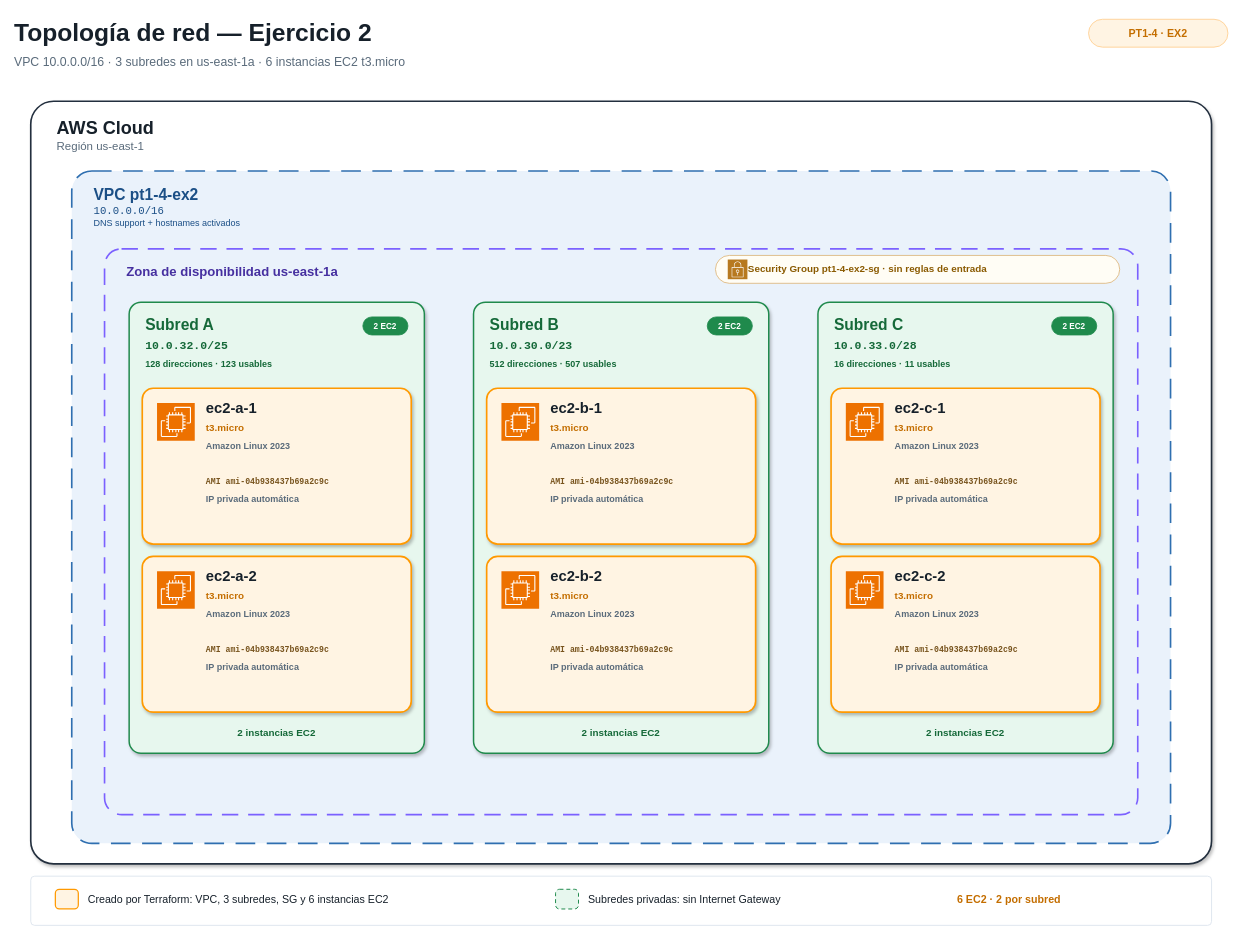
Before: pt1-4-ex2/assets/topologia.drawio in Moha591/practiquescloud, a draw.io diagram. Source tidied: cells renumbered, new cells numbered last; positions are measured from the earlier drawing's top-left corner, leaving out a move shared by most shapes. Both pictures are drawn from the tidied source at 82%, with x=0, y=0 at pixel (14, 14).
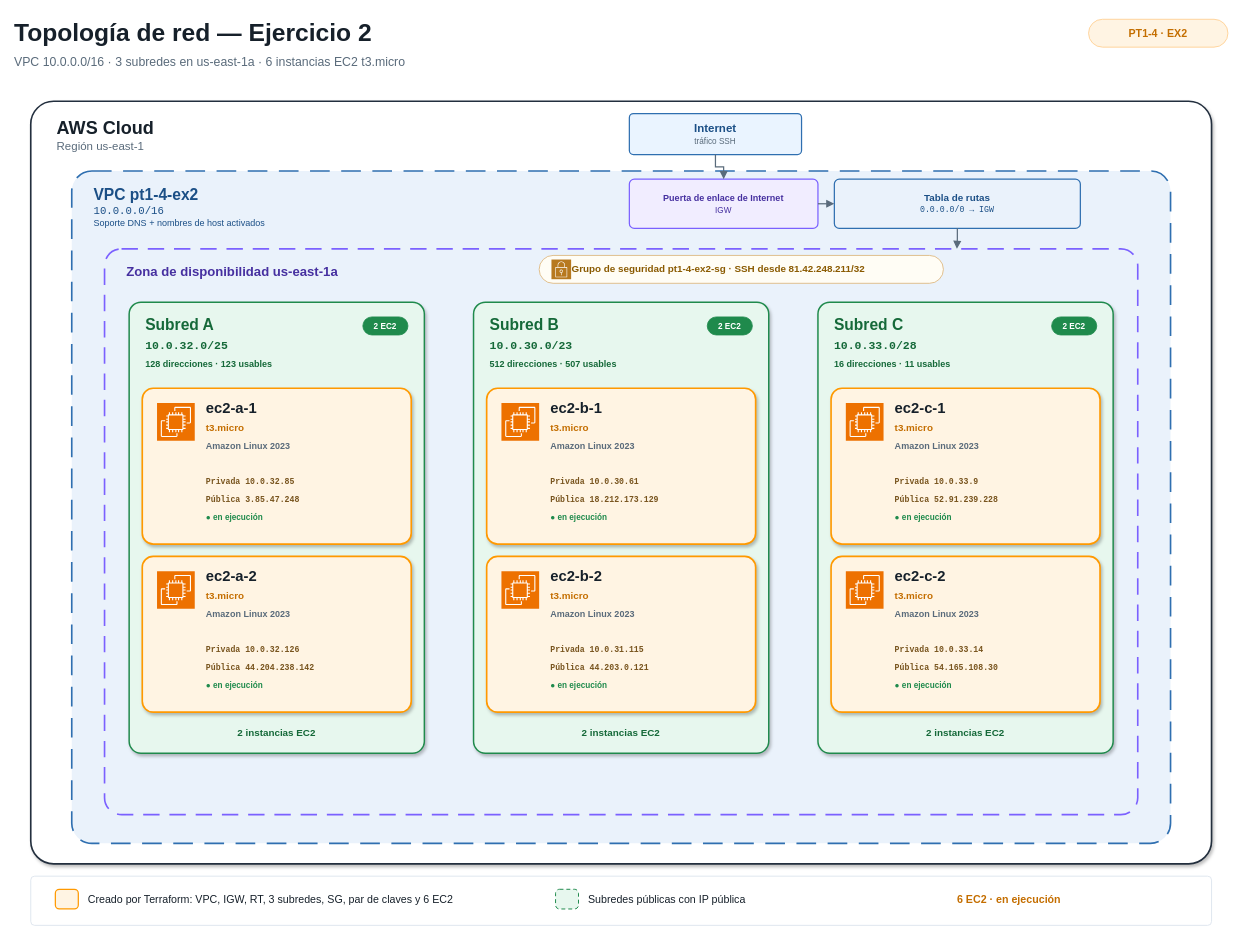
The same page after the edit.

Unchanged cells that the change refers to:
```xml
<mxCell id="7" value="&lt;b style='font-size:16px'&gt;Zona de disponibilidad us-east-1a&lt;/b&gt;" style="rounded=1;whiteSpace=wrap;html=1;dashed=1;dashPattern=10 6;fillColor=none;strokeColor=#7B61FF;strokeWidth=2;align=left;verticalAlign=top;spacingLeft=25;spacingTop=12;arcSize=3;fontFamily=Helvetica;fontColor=#4630A0;" parent="1" vertex="1">
  <mxGeometry x="110" y="286" width="1260" height="690" as="geometry" />
</mxCell>
```

Diff of the diagram source:
```diff
@@
-    <mxCell id="6" value="&lt;b style='font-size:19px'&gt;VPC pt1-4-ex2&lt;/b&gt;&lt;br&gt;&lt;span style='font-family:monospace;font-size:13px'&gt;10.0.0.0/16&lt;/span&gt;&lt;br&gt;&lt;span style='font-size:11px'&gt;DNS support + hostnames activados&lt;/span&gt;" style="rounded=1;whiteSpace=wrap;html=1;dashed=1;dashPattern=12 7;fillColor=#EAF2FB;strokeColor=#2F6FB0;strokeWidth=2;align=left;verticalAlign=top;spacingLeft=25;spacingTop=12;arcSize=3;fontFamily=Helvetica;fontColor=#1B4F86;" parent="1" vertex="1">
+    <mxCell id="6" value="&lt;b style='font-size:19px'&gt;VPC pt1-4-ex2&lt;/b&gt;&lt;br&gt;&lt;span style='font-family:monospace;font-size:13px'&gt;10.0.0.0/16&lt;/span&gt;&lt;br&gt;&lt;span style='font-size:11px'&gt;Soporte DNS + nombres de host activados&lt;/span&gt;" style="rounded=1;whiteSpace=wrap;html=1;dashed=1;dashPattern=12 7;fillColor=#EAF2FB;strokeColor=#2F6FB0;strokeWidth=2;align=left;verticalAlign=top;spacingLeft=25;spacingTop=12;arcSize=3;fontFamily=Helvetica;fontColor=#1B4F86;" parent="1" vertex="1">
       <mxGeometry x="70" y="191" width="1340" height="820" as="geometry" />
     </mxCell>
@@
     <mxCell id="8" style="rounded=1;whiteSpace=wrap;html=1;fillColor=#FFFDF5;strokeColor=#DCB478;strokeWidth=1;arcSize=50;" parent="1" vertex="1">
-      <mxGeometry x="855" y="294" width="493" height="34" as="geometry" />
+      <mxGeometry x="640" y="294" width="493" height="34" as="geometry" />
     </mxCell>
     <mxCell id="9" style="shape=mxgraph.aws4.resourceIcon;resIcon=mxgraph.aws4.security_group;fillColor=#B7791F;strokeColor=#ffffff;sketch=0;" parent="1" vertex="1">
-      <mxGeometry x="870" y="299" width="24" height="24" as="geometry" />
+      <mxGeometry x="655" y="299" width="24" height="24" as="geometry" />
     </mxCell>
-    <mxCell id="10" value="Security Group pt1-4-ex2-sg  ·  sin reglas de entrada" style="text;html=1;align=left;verticalAlign=middle;fontSize=12;fontColor=#8A5A00;fontFamily=Helvetica;fontStyle=1;whiteSpace=wrap;spacing=0;" parent="1" vertex="1">
-      <mxGeometry x="895" y="296" width="440" height="30" as="geometry" />
+    <mxCell id="10" value="Grupo de seguridad pt1-4-ex2-sg  ·  SSH desde 81.42.248.211/32" style="text;html=1;align=left;verticalAlign=middle;fontSize=12;fontColor=#8A5A00;fontFamily=Helvetica;fontStyle=1;whiteSpace=wrap;spacing=0;" parent="1" vertex="1">
+      <mxGeometry x="680" y="296" width="440" height="30" as="geometry" />
     </mxCell>
@@
-    <mxCell id="16" value="&lt;b style='font-size:18px'&gt;ec2-a-1&lt;/b&gt;&lt;br&gt;&lt;b style='font-size:12px;color:#C46E00'&gt;t3.micro&lt;/b&gt;&lt;br&gt;&lt;span style='font-size:11px;color:#5A6B7B'&gt;Amazon Linux 2023&lt;/span&gt;&lt;br&gt;&lt;br&gt;&lt;span style='font-family:monospace;font-size:10px;color:#78541E'&gt;AMI ami-04b938437b69a2c9c&lt;/span&gt;&lt;br&gt;&lt;span style='font-size:11px;color:#5A6B7B'&gt;IP privada automática&lt;/span&gt;" style="text;html=1;align=left;verticalAlign=top;fontSize=18;fontColor=#16202A;fontFamily=Helvetica;fontStyle=1;whiteSpace=wrap;spacing=0;" parent="1" vertex="1">
+    <mxCell id="16" value="&lt;b style='font-size:18px'&gt;ec2-a-1&lt;/b&gt;&lt;br&gt;&lt;b style='font-size:12px;color:#C46E00'&gt;t3.micro&lt;/b&gt;&lt;br&gt;&lt;span style='font-size:11px;color:#5A6B7B'&gt;Amazon Linux 2023&lt;/span&gt;&lt;br&gt;&lt;br&gt;&lt;span style='font-family:monospace;font-size:10px;color:#78541E'&gt;Privada 10.0.32.85&lt;/span&gt;&lt;br&gt;&lt;span style='font-family:monospace;font-size:10px;color:#78541E'&gt;Pública 3.85.47.248&lt;/span&gt;&lt;br&gt;&lt;span style='font-size:10px;color:#1F8A4C;font-weight:bold'&gt;● en ejecución&lt;/span&gt;" style="text;html=1;align=left;verticalAlign=top;fontSize=18;fontColor=#16202A;fontFamily=Helvetica;fontStyle=1;whiteSpace=wrap;spacing=0;" parent="1" vertex="1">
       <mxGeometry x="234" y="466" width="220" height="150" as="geometry" />
     </mxCell>
@@
-    <mxCell id="19" value="&lt;b style='font-size:18px'&gt;ec2-a-2&lt;/b&gt;&lt;br&gt;&lt;b style='font-size:12px;color:#C46E00'&gt;t3.micro&lt;/b&gt;&lt;br&gt;&lt;span style='font-size:11px;color:#5A6B7B'&gt;Amazon Linux 2023&lt;/span&gt;&lt;br&gt;&lt;br&gt;&lt;span style='font-family:monospace;font-size:10px;color:#78541E'&gt;AMI ami-04b938437b69a2c9c&lt;/span&gt;&lt;br&gt;&lt;span style='font-size:11px;color:#5A6B7B'&gt;IP privada automática&lt;/span&gt;" style="text;html=1;align=left;verticalAlign=top;fontSize=18;fontColor=#16202A;fontFamily=Helvetica;fontStyle=1;whiteSpace=wrap;spacing=0;" parent="1" vertex="1">
+    <mxCell id="19" value="&lt;b style='font-size:18px'&gt;ec2-a-2&lt;/b&gt;&lt;br&gt;&lt;b style='font-size:12px;color:#C46E00'&gt;t3.micro&lt;/b&gt;&lt;br&gt;&lt;span style='font-size:11px;color:#5A6B7B'&gt;Amazon Linux 2023&lt;/span&gt;&lt;br&gt;&lt;br&gt;&lt;span style='font-family:monospace;font-size:10px;color:#78541E'&gt;Privada 10.0.32.126&lt;/span&gt;&lt;br&gt;&lt;span style='font-family:monospace;font-size:10px;color:#78541E'&gt;Pública 44.204.238.142&lt;/span&gt;&lt;br&gt;&lt;span style='font-size:10px;color:#1F8A4C;font-weight:bold'&gt;● en ejecución&lt;/span&gt;" style="text;html=1;align=left;verticalAlign=top;fontSize=18;fontColor=#16202A;fontFamily=Helvetica;fontStyle=1;whiteSpace=wrap;spacing=0;" parent="1" vertex="1">
       <mxGeometry x="234" y="671" width="220" height="150" as="geometry" />
     </mxCell>
@@
-    <mxCell id="26" value="&lt;b style='font-size:18px'&gt;ec2-b-1&lt;/b&gt;&lt;br&gt;&lt;b style='font-size:12px;color:#C46E00'&gt;t3.micro&lt;/b&gt;&lt;br&gt;&lt;span style='font-size:11px;color:#5A6B7B'&gt;Amazon Linux 2023&lt;/span&gt;&lt;br&gt;&lt;br&gt;&lt;span style='font-family:monospace;font-size:10px;color:#78541E'&gt;AMI ami-04b938437b69a2c9c&lt;/span&gt;&lt;br&gt;&lt;span style='font-size:11px;color:#5A6B7B'&gt;IP privada automática&lt;/span&gt;" style="text;html=1;align=left;verticalAlign=top;fontSize=18;fontColor=#16202A;fontFamily=Helvetica;fontStyle=1;whiteSpace=wrap;spacing=0;" parent="1" vertex="1">
+    <mxCell id="26" value="&lt;b style='font-size:18px'&gt;ec2-b-1&lt;/b&gt;&lt;br&gt;&lt;b style='font-size:12px;color:#C46E00'&gt;t3.micro&lt;/b&gt;&lt;br&gt;&lt;span style='font-size:11px;color:#5A6B7B'&gt;Amazon Linux 2023&lt;/span&gt;&lt;br&gt;&lt;br&gt;&lt;span style='font-family:monospace;font-size:10px;color:#78541E'&gt;Privada 10.0.30.61&lt;/span&gt;&lt;br&gt;&lt;span style='font-family:monospace;font-size:10px;color:#78541E'&gt;Pública 18.212.173.129&lt;/span&gt;&lt;br&gt;&lt;span style='font-size:10px;color:#1F8A4C;font-weight:bold'&gt;● en ejecución&lt;/span&gt;" style="text;html=1;align=left;verticalAlign=top;fontSize=18;fontColor=#16202A;fontFamily=Helvetica;fontStyle=1;whiteSpace=wrap;spacing=0;" parent="1" vertex="1">
       <mxGeometry x="654" y="466" width="220" height="150" as="geometry" />
     </mxCell>
@@
-    <mxCell id="29" value="&lt;b style='font-size:18px'&gt;ec2-b-2&lt;/b&gt;&lt;br&gt;&lt;b style='font-size:12px;color:#C46E00'&gt;t3.micro&lt;/b&gt;&lt;br&gt;&lt;span style='font-size:11px;color:#5A6B7B'&gt;Amazon Linux 2023&lt;/span&gt;&lt;br&gt;&lt;br&gt;&lt;span style='font-family:monospace;font-size:10px;color:#78541E'&gt;AMI ami-04b938437b69a2c9c&lt;/span&gt;&lt;br&gt;&lt;span style='font-size:11px;color:#5A6B7B'&gt;IP privada automática&lt;/span&gt;" style="text;html=1;align=left;verticalAlign=top;fontSize=18;fontColor=#16202A;fontFamily=Helvetica;fontStyle=1;whiteSpace=wrap;spacing=0;" parent="1" vertex="1">
+    <mxCell id="29" value="&lt;b style='font-size:18px'&gt;ec2-b-2&lt;/b&gt;&lt;br&gt;&lt;b style='font-size:12px;color:#C46E00'&gt;t3.micro&lt;/b&gt;&lt;br&gt;&lt;span style='font-size:11px;color:#5A6B7B'&gt;Amazon Linux 2023&lt;/span&gt;&lt;br&gt;&lt;br&gt;&lt;span style='font-family:monospace;font-size:10px;color:#78541E'&gt;Privada 10.0.31.115&lt;/span&gt;&lt;br&gt;&lt;span style='font-family:monospace;font-size:10px;color:#78541E'&gt;Pública 44.203.0.121&lt;/span&gt;&lt;br&gt;&lt;span style='font-size:10px;color:#1F8A4C;font-weight:bold'&gt;● en ejecución&lt;/span&gt;" style="text;html=1;align=left;verticalAlign=top;fontSize=18;fontColor=#16202A;fontFamily=Helvetica;fontStyle=1;whiteSpace=wrap;spacing=0;" parent="1" vertex="1">
       <mxGeometry x="654" y="671" width="220" height="150" as="geometry" />
     </mxCell>
@@
-    <mxCell id="36" value="&lt;b style='font-size:18px'&gt;ec2-c-1&lt;/b&gt;&lt;br&gt;&lt;b style='font-size:12px;color:#C46E00'&gt;t3.micro&lt;/b&gt;&lt;br&gt;&lt;span style='font-size:11px;color:#5A6B7B'&gt;Amazon Linux 2023&lt;/span&gt;&lt;br&gt;&lt;br&gt;&lt;span style='font-family:monospace;font-size:10px;color:#78541E'&gt;AMI ami-04b938437b69a2c9c&lt;/span&gt;&lt;br&gt;&lt;span style='font-size:11px;color:#5A6B7B'&gt;IP privada automática&lt;/span&gt;" style="text;html=1;align=left;verticalAlign=top;fontSize=18;fontColor=#16202A;fontFamily=Helvetica;fontStyle=1;whiteSpace=wrap;spacing=0;" parent="1" vertex="1">
+    <mxCell id="36" value="&lt;b style='font-size:18px'&gt;ec2-c-1&lt;/b&gt;&lt;br&gt;&lt;b style='font-size:12px;color:#C46E00'&gt;t3.micro&lt;/b&gt;&lt;br&gt;&lt;span style='font-size:11px;color:#5A6B7B'&gt;Amazon Linux 2023&lt;/span&gt;&lt;br&gt;&lt;br&gt;&lt;span style='font-family:monospace;font-size:10px;color:#78541E'&gt;Privada 10.0.33.9&lt;/span&gt;&lt;br&gt;&lt;span style='font-family:monospace;font-size:10px;color:#78541E'&gt;Pública 52.91.239.228&lt;/span&gt;&lt;br&gt;&lt;span style='font-size:10px;color:#1F8A4C;font-weight:bold'&gt;● en ejecución&lt;/span&gt;" style="text;html=1;align=left;verticalAlign=top;fontSize=18;fontColor=#16202A;fontFamily=Helvetica;fontStyle=1;whiteSpace=wrap;spacing=0;" parent="1" vertex="1">
       <mxGeometry x="1074" y="466" width="220" height="150" as="geometry" />
     </mxCell>
@@
-    <mxCell id="39" value="&lt;b style='font-size:18px'&gt;ec2-c-2&lt;/b&gt;&lt;br&gt;&lt;b style='font-size:12px;color:#C46E00'&gt;t3.micro&lt;/b&gt;&lt;br&gt;&lt;span style='font-size:11px;color:#5A6B7B'&gt;Amazon Linux 2023&lt;/span&gt;&lt;br&gt;&lt;br&gt;&lt;span style='font-family:monospace;font-size:10px;color:#78541E'&gt;AMI ami-04b938437b69a2c9c&lt;/span&gt;&lt;br&gt;&lt;span style='font-size:11px;color:#5A6B7B'&gt;IP privada automática&lt;/span&gt;" style="text;html=1;align=left;verticalAlign=top;fontSize=18;fontColor=#16202A;fontFamily=Helvetica;fontStyle=1;whiteSpace=wrap;spacing=0;" parent="1" vertex="1">
+    <mxCell id="39" value="&lt;b style='font-size:18px'&gt;ec2-c-2&lt;/b&gt;&lt;br&gt;&lt;b style='font-size:12px;color:#C46E00'&gt;t3.micro&lt;/b&gt;&lt;br&gt;&lt;span style='font-size:11px;color:#5A6B7B'&gt;Amazon Linux 2023&lt;/span&gt;&lt;br&gt;&lt;br&gt;&lt;span style='font-family:monospace;font-size:10px;color:#78541E'&gt;Privada 10.0.33.14&lt;/span&gt;&lt;br&gt;&lt;span style='font-family:monospace;font-size:10px;color:#78541E'&gt;Pública 54.165.108.30&lt;/span&gt;&lt;br&gt;&lt;span style='font-size:10px;color:#1F8A4C;font-weight:bold'&gt;● en ejecución&lt;/span&gt;" style="text;html=1;align=left;verticalAlign=top;fontSize=18;fontColor=#16202A;fontFamily=Helvetica;fontStyle=1;whiteSpace=wrap;spacing=0;" parent="1" vertex="1">
       <mxGeometry x="1074" y="671" width="220" height="150" as="geometry" />
     </mxCell>
@@
+    <mxCell id="47" value="&lt;b style='font-size:14px'&gt;Internet&lt;/b&gt;&lt;br&gt;&lt;span style='font-size:10px;color:#5A6B7B'&gt;tráfico SSH&lt;/span&gt;" style="rounded=1;whiteSpace=wrap;html=1;fillColor=#EAF4FF;strokeColor=#2F6FB0;strokeWidth=1.5;arcSize=10;fontFamily=Helvetica;fontColor=#1B4F86;" parent="1" vertex="1">
+      <mxGeometry x="750" y="121" width="210" height="50" as="geometry" />
+    </mxCell>
+    <mxCell id="48" value="&lt;b style='font-size:11px'&gt;Puerta de enlace de Internet&lt;/b&gt;&lt;br&gt;&lt;span style='font-size:10px'&gt;IGW&lt;/span&gt;" style="rounded=1;whiteSpace=wrap;html=1;fillColor=#F1EDFF;strokeColor=#7B61FF;strokeWidth=1.5;arcSize=10;fontFamily=Helvetica;fontColor=#4630A0;" parent="1" vertex="1">
+      <mxGeometry x="750" y="201" width="230" height="60" as="geometry" />
+    </mxCell>
+    <mxCell id="49" value="&lt;b style='font-size:12px'&gt;Tabla de rutas&lt;/b&gt;&lt;br&gt;&lt;span style='font-family:monospace;font-size:10px'&gt;0.0.0.0/0 → IGW&lt;/span&gt;" style="rounded=1;whiteSpace=wrap;html=1;fillColor=#EAF2FB;strokeColor=#2F6FB0;strokeWidth=1.5;arcSize=10;fontFamily=Helvetica;fontColor=#1B4F86;" parent="1" vertex="1">
+      <mxGeometry x="1000" y="201" width="300" height="60" as="geometry" />
+    </mxCell>
+    <mxCell id="50" style="edgeStyle=orthogonalEdgeStyle;rounded=0;html=1;endArrow=block;endFill=1;strokeColor=#5A6B7B;strokeWidth=1.5;exitX=0.5;exitY=1;exitDx=0;exitDy=0;entryX=0.5;entryY=0;entryDx=0;entryDy=0;" parent="1" edge="1" source="47" target="48">
+      <mxGeometry relative="1" as="geometry" />
+    </mxCell>
+    <mxCell id="51" style="edgeStyle=orthogonalEdgeStyle;rounded=0;html=1;endArrow=block;endFill=1;strokeColor=#5A6B7B;strokeWidth=1.5;exitX=1;exitY=0.5;exitDx=0;exitDy=0;entryX=0;entryY=0.5;entryDx=0;entryDy=0;" parent="1" edge="1" source="48" target="49">
+      <mxGeometry relative="1" as="geometry" />
+    </mxCell>
+    <mxCell id="52" style="edgeStyle=orthogonalEdgeStyle;rounded=0;html=1;endArrow=block;endFill=1;strokeColor=#5A6B7B;strokeWidth=1.5;exitX=0.5;exitY=1;exitDx=0;exitDy=0;entryX=0.825;entryY=0;entryDx=0;entryDy=0;" parent="1" edge="1" source="49" target="7">
+      <mxGeometry relative="1" as="geometry" />
+    </mxCell>
@@
-    <mxCell id="43" value="Creado por Terraform: VPC, 3 subredes, SG y 6 instancias EC2" style="text;html=1;align=left;verticalAlign=middle;fontSize=13;fontColor=#16202A;fontFamily=Helvetica;fontStyle=0;whiteSpace=wrap;spacing=0;" parent="1" vertex="1">
+    <mxCell id="43" value="Creado por Terraform: VPC, IGW, RT, 3 subredes, SG, par de claves y 6 EC2" style="text;html=1;align=left;verticalAlign=middle;fontSize=13;fontColor=#16202A;fontFamily=Helvetica;fontStyle=0;whiteSpace=wrap;spacing=0;" parent="1" vertex="1">
       <mxGeometry x="90" y="1067" width="520" height="24" as="geometry" />
     </mxCell>
@@
-    <mxCell id="45" value="Subredes privadas: sin Internet Gateway" style="text;html=1;align=left;verticalAlign=middle;fontSize=13;fontColor=#16202A;fontFamily=Helvetica;fontStyle=0;whiteSpace=wrap;spacing=0;" parent="1" vertex="1">
+    <mxCell id="45" value="Subredes públicas con IP pública" style="text;html=1;align=left;verticalAlign=middle;fontSize=13;fontColor=#16202A;fontFamily=Helvetica;fontStyle=0;whiteSpace=wrap;spacing=0;" parent="1" vertex="1">
       <mxGeometry x="700" y="1067" width="420" height="24" as="geometry" />
     </mxCell>
-    <mxCell id="46" value="6 EC2 · 2 por subred" style="text;html=1;align=left;verticalAlign=middle;fontSize=13;fontColor=#C46E00;fontFamily=Helvetica;fontStyle=1;whiteSpace=wrap;spacing=0;" parent="1" vertex="1">
+    <mxCell id="46" value="6 EC2 · en ejecución" style="text;html=1;align=left;verticalAlign=middle;fontSize=13;fontColor=#C46E00;fontFamily=Helvetica;fontStyle=1;whiteSpace=wrap;spacing=0;" parent="1" vertex="1">
       <mxGeometry x="1150" y="1067" width="240" height="24" as="geometry" />
     </mxCell>
```
